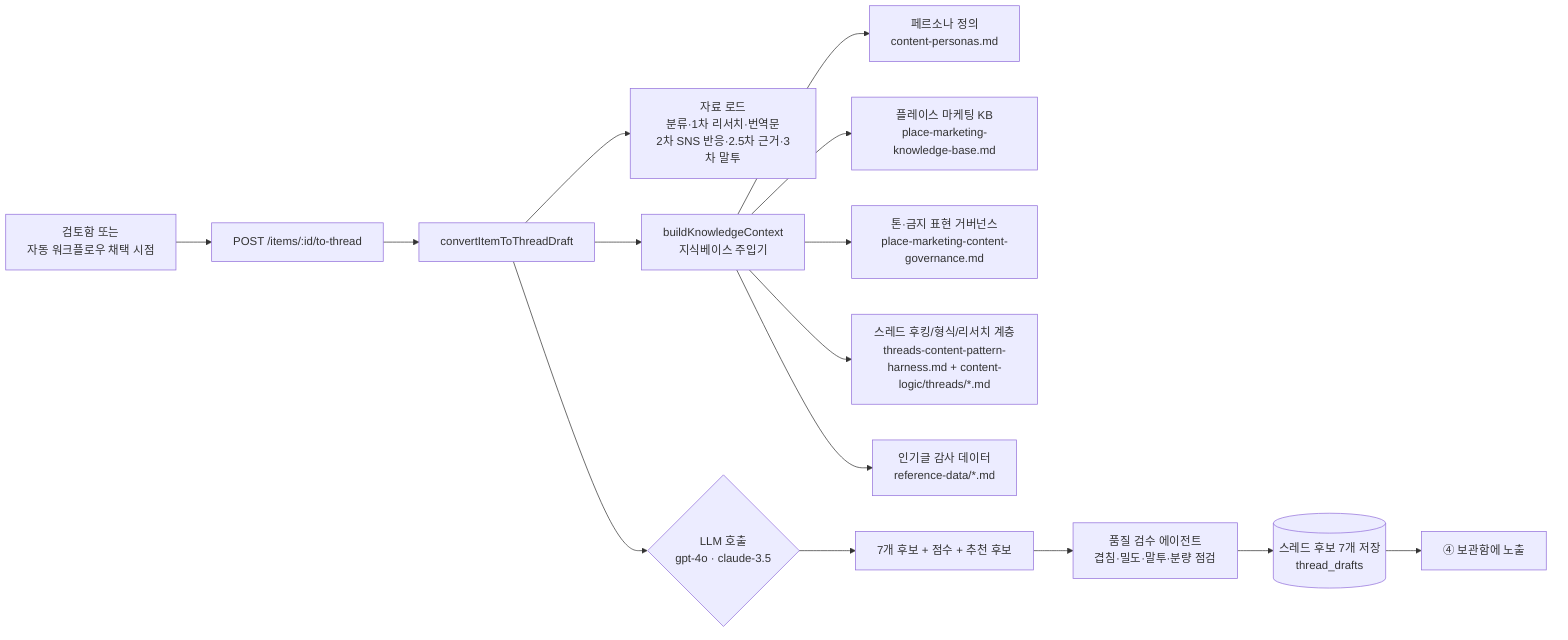
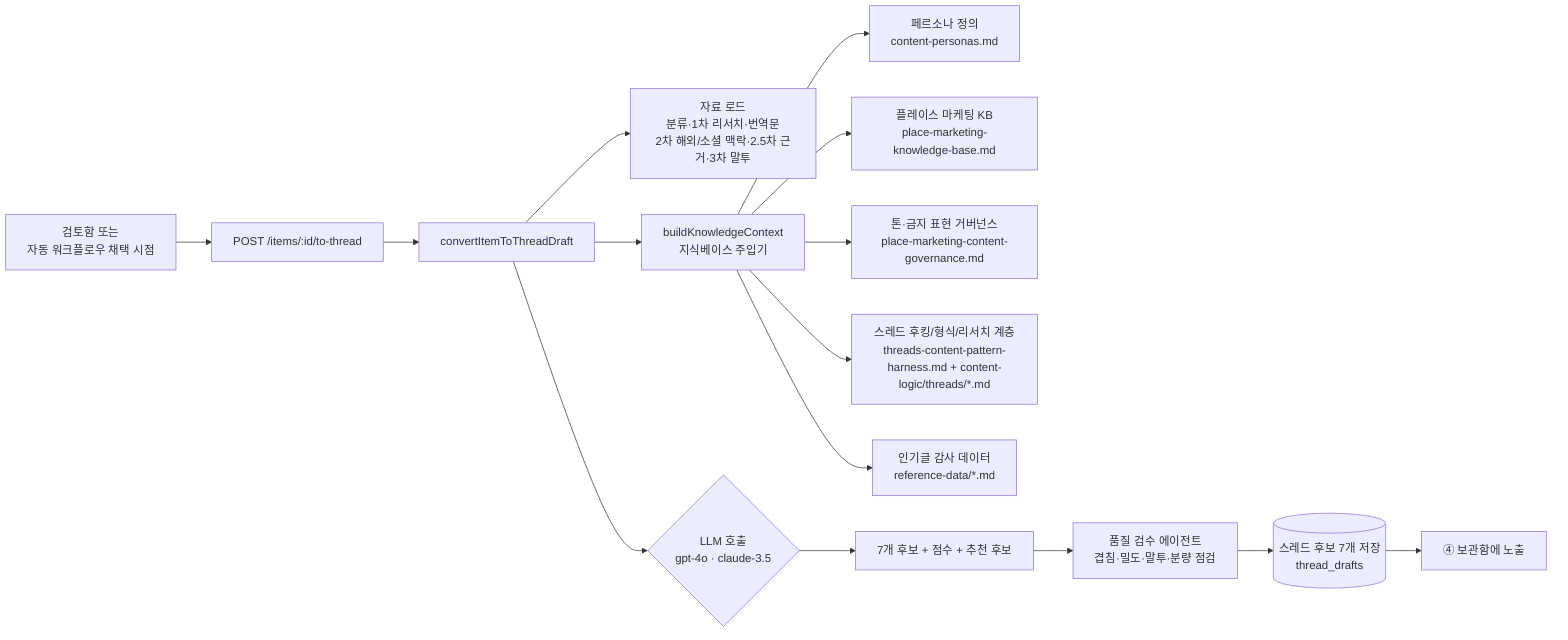
flowchart LR
  A[검토함 또는<br/>자동 워크플로우 채택 시점] --> B[POST /items/:id/to-thread]
  B --> C[convertItemToThreadDraft]
-   C --> D[자료 로드<br/>분류·1차 리서치·번역문<br/>2차 SNS 반응·2.5차 근거·3차 말투]
+   C --> D[자료 로드<br/>분류·1차 리서치·번역문<br/>2차 해외/소셜 맥락·2.5차 근거·3차 말투]
  C --> E[buildKnowledgeContext<br/>지식베이스 주입기]
  E --> KB1[페르소나 정의<br/>content-personas.md]
  E --> KB2[플레이스 마케팅 KB<br/>place-marketing-knowledge-base.md]
  E --> KB3[톤·금지 표현 거버넌스<br/>place-marketing-content-governance.md]
  E --> KB4[스레드 후킹/형식/리서치 계층<br/>threads-content-pattern-harness.md + content-logic/threads/*.md]
  E --> KB5[인기글 감사 데이터<br/>reference-data/*.md]
  C --> F{LLM 호출<br/>gpt-4o · claude-3.5}
  F --> G[7개 후보 + 점수 + 추천 후보]
  G --> Q[품질 검수 에이전트<br/>겹침·밀도·말투·분량 점검]
  Q --> H[(스레드 후보 7개 저장<br/>thread_drafts)]
  H --> I[④ 보관함에 노출]
